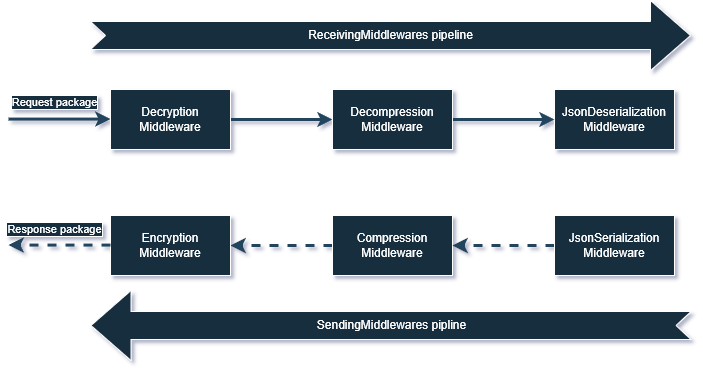
This is docs/2-essentials/images/after-reordering.drawio.png from VasiliyKolihalov/FatNetLib, a draw.io export, as it was before one commit. Source tidied: cells renumbered, new cells last; positions are measured from the earlier drawing's top-left corner, leaving out a move shared by most shapes.
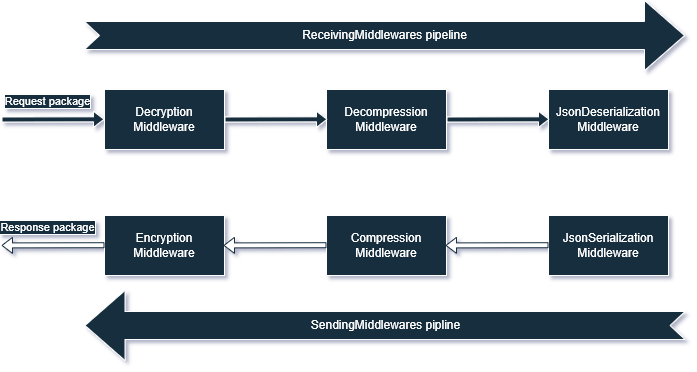
After the commit.

The edit, as a diff of the source:
```diff
@@ -2,15 +2,9 @@
   <root>
     <mxCell id="0" />
     <mxCell id="1" parent="0" />
-    <mxCell id="2" style="edgeStyle=orthogonalEdgeStyle;rounded=0;jettySize=auto;html=1;entryX=0;entryY=0.5;entryDx=0;entryDy=0;labelBackgroundColor=none;strokeColor=#23445D;strokeWidth=3;" parent="1" edge="1" source="3" target="17">
-      <mxGeometry relative="1" as="geometry" />
-    </mxCell>
     <mxCell id="3" value="Decryption&lt;br&gt;Middleware" style="rounded=0;whiteSpace=wrap;html=1;strokeColor=#FFFFFF;fontColor=#FFFFFF;fillColor=#182E3E;labelBackgroundColor=none;" parent="1" vertex="1">
       <mxGeometry x="102" y="89" width="120" height="60" as="geometry" />
     </mxCell>
-    <mxCell id="4" style="edgeStyle=orthogonalEdgeStyle;rounded=0;jettySize=auto;html=1;entryX=1;entryY=0.5;entryDx=0;entryDy=0;labelBackgroundColor=none;strokeColor=#23445D;dashed=1;strokeWidth=3;" parent="1" edge="1" source="5" target="6">
-      <mxGeometry relative="1" as="geometry" />
-    </mxCell>
     <mxCell id="5" value="Compression&lt;br&gt;Middleware" style="rounded=0;whiteSpace=wrap;html=1;strokeColor=#FFFFFF;fontColor=#FFFFFF;fillColor=#182E3E;labelBackgroundColor=none;" parent="1" vertex="1">
       <mxGeometry x="324" y="215" width="120" height="60" as="geometry" />
     </mxCell>
@@ -24,7 +18,7 @@
       <mxGeometry x="82.5" y="290" width="600" height="70" as="geometry" />
     </mxCell>
     <mxCell id="9" value="Response package" style="edgeLabel;html=1;align=center;verticalAlign=middle;fontColor=#FFFFFF;labelBackgroundColor=#182E3E;labelBorderColor=#FFFFFF;" parent="1" vertex="1">
-      <mxGeometry x="45" y="228" as="geometry" />
+      <mxGeometry x="45" y="227" as="geometry" />
     </mxCell>
     <mxCell id="10" value="Request package" style="edgeLabel;html=1;align=center;verticalAlign=middle;fontColor=#FFFFFF;labelBackgroundColor=#182E3E;labelBorderColor=#FFFFFF;" parent="1" vertex="1">
       <mxGeometry x="45" y="101" as="geometry" />
@@ -32,29 +26,47 @@
     <mxCell id="11" value="JsonDeserialization&lt;br style=&quot;border-color: var(--border-color);&quot;&gt;Middleware" style="rounded=0;whiteSpace=wrap;html=1;strokeColor=#FFFFFF;fontColor=#FFFFFF;fillColor=#182E3E;labelBackgroundColor=none;" parent="1" vertex="1">
       <mxGeometry x="546" y="89" width="120" height="60" as="geometry" />
     </mxCell>
-    <mxCell id="12" style="edgeStyle=orthogonalEdgeStyle;rounded=0;jettySize=auto;html=1;entryX=1;entryY=0.5;entryDx=0;entryDy=0;labelBackgroundColor=none;strokeColor=#23445D;dashed=1;strokeWidth=3;" parent="1" edge="1" source="13" target="5">
-      <mxGeometry relative="1" as="geometry" />
-    </mxCell>
     <mxCell id="13" value="JsonSerialization&lt;br&gt;Middleware" style="rounded=0;whiteSpace=wrap;html=1;strokeColor=#FFFFFF;fontColor=#FFFFFF;fillColor=#182E3E;labelBackgroundColor=none;" parent="1" vertex="1">
       <mxGeometry x="546" y="215" width="120" height="60" as="geometry" />
     </mxCell>
-    <mxCell id="14" style="edgeStyle=orthogonalEdgeStyle;rounded=0;orthogonalLoop=1;jettySize=auto;html=1;entryX=0;entryY=0.5;entryDx=0;entryDy=0;strokeColor=#23445D;labelBackgroundColor=none;fontColor=default;strokeWidth=3;fontSize=11;" parent="1" edge="1">
-      <mxGeometry relative="1" as="geometry">
-        <mxPoint y="118.6" as="sourcePoint" />
-        <mxPoint x="102" y="118.6" as="targetPoint" />
-      </mxGeometry>
-    </mxCell>
-    <mxCell id="15" style="edgeStyle=orthogonalEdgeStyle;rounded=0;orthogonalLoop=1;jettySize=auto;html=1;strokeColor=#23445D;labelBackgroundColor=none;fontColor=default;dashed=1;strokeWidth=3;" parent="1" edge="1">
-      <mxGeometry relative="1" as="geometry">
-        <mxPoint x="102" y="244.6" as="sourcePoint" />
-        <mxPoint y="244.6" as="targetPoint" />
-      </mxGeometry>
-    </mxCell>
-    <mxCell id="16" style="edgeStyle=orthogonalEdgeStyle;rounded=0;jettySize=auto;html=1;entryX=0;entryY=0.5;entryDx=0;entryDy=0;labelBackgroundColor=none;strokeColor=#23445D;strokeWidth=3;" parent="1" edge="1" source="17" target="11">
-      <mxGeometry relative="1" as="geometry" />
-    </mxCell>
     <mxCell id="17" value="Decompression&lt;br&gt;Middleware" style="rounded=0;whiteSpace=wrap;html=1;strokeColor=#FFFFFF;fontColor=#FFFFFF;fillColor=#182E3E;labelBackgroundColor=none;" parent="1" vertex="1">
       <mxGeometry x="324" y="89" width="120" height="60" as="geometry" />
     </mxCell>
+    <mxCell id="18" style="rounded=0;orthogonalLoop=1;jettySize=auto;html=1;strokeColor=#FFFFFF;entryX=0;entryY=0.5;entryDx=0;entryDy=0;fontSize=18;strokeWidth=1;shape=flexArrow;shadow=0;fillColor=#182E3E;width=5;arcSize=20;endSize=3.1619047619047618;endWidth=10;" parent="1" edge="1">
+      <mxGeometry relative="1" as="geometry">
+        <mxPoint x="-1" y="119" as="sourcePoint" />
+        <mxPoint x="102" y="118.8" as="targetPoint" />
+      </mxGeometry>
+    </mxCell>
+    <mxCell id="19" style="rounded=0;orthogonalLoop=1;jettySize=auto;html=1;strokeColor=#FFFFFF;entryX=0;entryY=0.5;entryDx=0;entryDy=0;fontSize=18;strokeWidth=1;shape=flexArrow;shadow=0;fillColor=#182E3E;width=5;arcSize=20;endSize=3.1619047619047618;endWidth=10;" parent="1" edge="1">
+      <mxGeometry relative="1" as="geometry">
+        <mxPoint x="222" y="119" as="sourcePoint" />
+        <mxPoint x="325" y="118.8" as="targetPoint" />
+      </mxGeometry>
+    </mxCell>
+    <mxCell id="20" style="rounded=0;orthogonalLoop=1;jettySize=auto;html=1;strokeColor=#FFFFFF;entryX=0;entryY=0.5;entryDx=0;entryDy=0;fontSize=18;strokeWidth=1;shape=flexArrow;shadow=0;fillColor=#182E3E;width=5;arcSize=20;endSize=3.1619047619047618;endWidth=10;" parent="1" edge="1">
+      <mxGeometry relative="1" as="geometry">
+        <mxPoint x="444" y="119" as="sourcePoint" />
+        <mxPoint x="547" y="118.8" as="targetPoint" />
+      </mxGeometry>
+    </mxCell>
+    <mxCell id="21" style="rounded=0;orthogonalLoop=1;jettySize=auto;html=1;strokeColor=#182E3E;entryX=0;entryY=0.5;entryDx=0;entryDy=0;fontSize=18;strokeWidth=1;shape=flexArrow;shadow=0;fillColor=#FFFFFF;width=5;arcSize=20;endSize=3.1619047619047618;endWidth=10;" parent="1" edge="1">
+      <mxGeometry relative="1" as="geometry">
+        <mxPoint x="324" y="244.7" as="sourcePoint" />
+        <mxPoint x="221" y="244.9" as="targetPoint" />
+      </mxGeometry>
+    </mxCell>
+    <mxCell id="22" style="rounded=0;orthogonalLoop=1;jettySize=auto;html=1;strokeColor=#182E3E;entryX=0;entryY=0.5;entryDx=0;entryDy=0;fontSize=18;strokeWidth=1;shape=flexArrow;shadow=0;fillColor=#FFFFFF;width=5;arcSize=20;endSize=3.1619047619047618;endWidth=10;" parent="1" edge="1">
+      <mxGeometry relative="1" as="geometry">
+        <mxPoint x="546" y="244.7" as="sourcePoint" />
+        <mxPoint x="443" y="244.9" as="targetPoint" />
+      </mxGeometry>
+    </mxCell>
+    <mxCell id="23" style="rounded=0;orthogonalLoop=1;jettySize=auto;html=1;strokeColor=#182E3E;entryX=0;entryY=0.5;entryDx=0;entryDy=0;fontSize=18;strokeWidth=1;shape=flexArrow;shadow=0;fillColor=#FFFFFF;width=5;arcSize=20;endSize=3.1619047619047618;endWidth=10;" parent="1" edge="1">
+      <mxGeometry relative="1" as="geometry">
+        <mxPoint x="102" y="244.7" as="sourcePoint" />
+        <mxPoint x="-1" y="244.9" as="targetPoint" />
+      </mxGeometry>
+    </mxCell>
   </root>
 </mxGraphModel>
```
